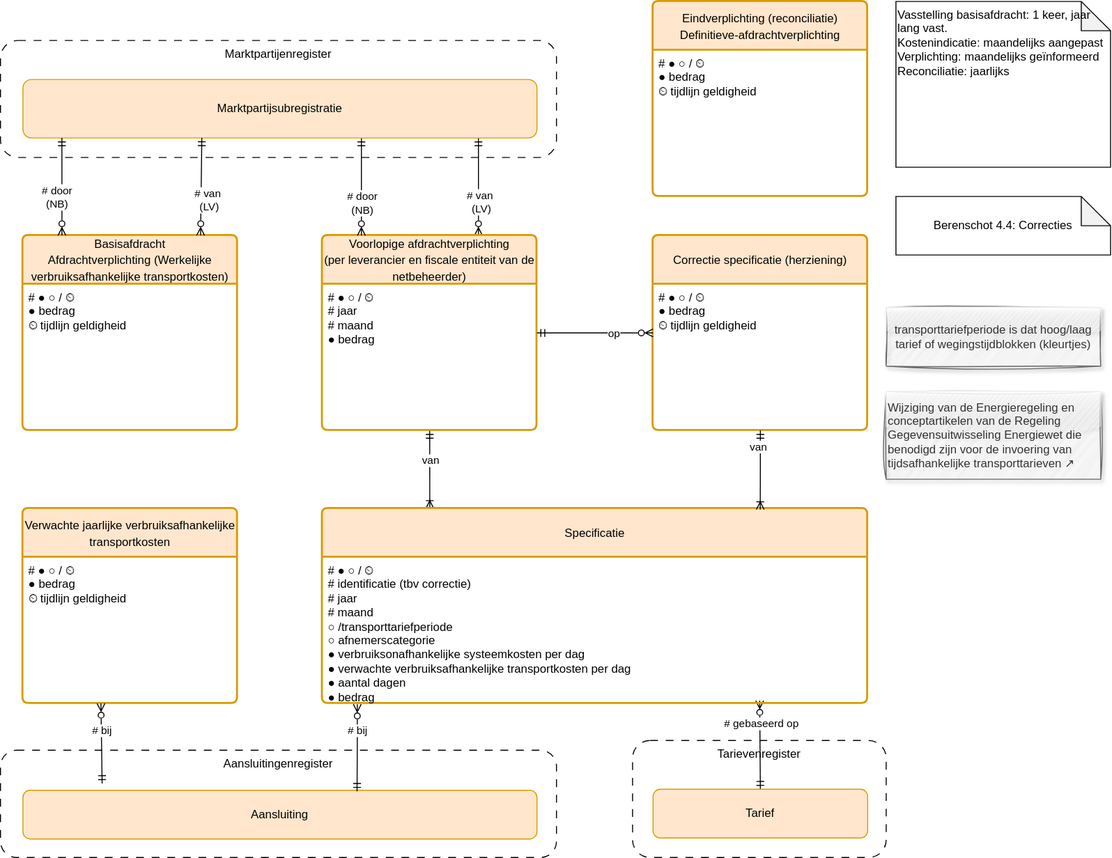
Before: registers/afdrachtverplichtingenregister/1.0/afdrachtverplichtingenregister.drawio.svg, a diagram exported from draw.io (Netbeheer-Nederland/stelsel). Source tidied: cells renumbered, new cells last; positions are measured from the earlier drawing's top-left corner, leaving out a move shared by most shapes.
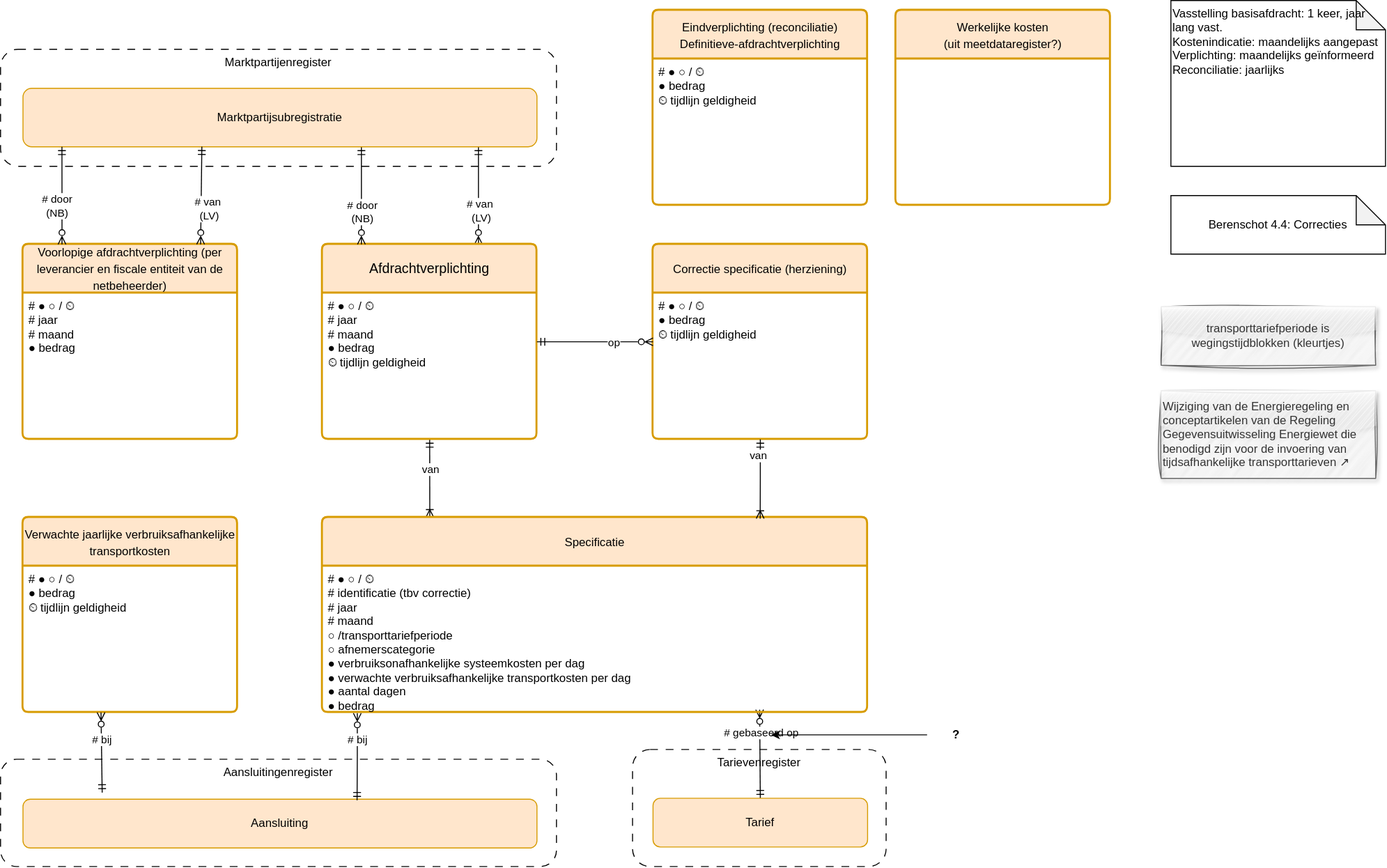
Later version of the same file.

Diff of the diagram source:
```diff
@@ -33,10 +33,10 @@
     <mxCell id="10" value="&lt;div&gt;&lt;span style=&quot;background-color: transparent; color: light-dark(rgb(0, 0, 0), rgb(255, 255, 255));&quot;&gt;#&amp;nbsp;&lt;/span&gt;&lt;span style=&quot;background-color: transparent; color: light-dark(rgb(0, 0, 0), rgb(255, 255, 255));&quot;&gt;●&amp;nbsp;&lt;/span&gt;&lt;span style=&quot;background-color: transparent; color: light-dark(rgb(0, 0, 0), rgb(255, 255, 255));&quot;&gt;○&lt;/span&gt;&lt;span style=&quot;background-color: transparent; color: light-dark(rgb(0, 0, 0), rgb(255, 255, 255));&quot;&gt;&amp;nbsp;&lt;/span&gt;&lt;span style=&quot;background-color: transparent; color: light-dark(rgb(0, 0, 0), rgb(255, 255, 255));&quot;&gt;/&amp;nbsp;&lt;/span&gt;&lt;span style=&quot;background-color: transparent; color: light-dark(rgb(0, 0, 0), rgb(255, 255, 255));&quot;&gt;⏲&amp;nbsp;&lt;/span&gt;&lt;/div&gt;&lt;div&gt;&lt;span style=&quot;background-color: transparent; color: light-dark(rgb(0, 0, 0), rgb(255, 255, 255));&quot;&gt;# identificatie (tbv correctie)&lt;/span&gt;&lt;/div&gt;&lt;div&gt;&lt;span style=&quot;background-color: transparent; color: light-dark(rgb(0, 0, 0), rgb(255, 255, 255));&quot;&gt;# jaar&lt;/span&gt;&lt;/div&gt;&lt;div&gt;# maand&lt;/div&gt;&lt;div&gt;&lt;span style=&quot;color: light-dark(rgb(0, 0, 0), rgb(255, 255, 255)); background-color: transparent;&quot;&gt;○&lt;/span&gt;&lt;span style=&quot;color: light-dark(rgb(0, 0, 0), rgb(255, 255, 255)); background-color: transparent;&quot;&gt; /transporttariefperiode&lt;/span&gt;&lt;/div&gt;&lt;div&gt;○ afnemerscategorie&lt;/div&gt;&lt;div&gt;&lt;span style=&quot;background-color: transparent; color: light-dark(rgb(0, 0, 0), rgb(255, 255, 255));&quot;&gt;●&lt;/span&gt;&lt;span style=&quot;background-color: transparent; color: light-dark(rgb(0, 0, 0), rgb(255, 255, 255));&quot;&gt; &lt;/span&gt;verbruiksonafhankelijke systeemkosten per dag&lt;/div&gt;&lt;div&gt;&lt;span style=&quot;background-color: transparent; color: light-dark(rgb(0, 0, 0), rgb(255, 255, 255));&quot;&gt;●&amp;nbsp;&lt;/span&gt;&lt;span style=&quot;background-color: transparent;&quot;&gt;verwachte verbruiksafhankelijke transportkosten per dag&lt;/span&gt;&lt;/div&gt;&lt;div&gt;● aantal dagen&lt;span style=&quot;background-color: transparent;&quot;&gt;&lt;/span&gt;&lt;/div&gt;&lt;div&gt;● bedrag&lt;/div&gt;" style="align=left;strokeColor=none;fillColor=none;spacingLeft=4;fontSize=12;verticalAlign=top;html=1;" parent="9" vertex="1">
       <mxGeometry y="50" width="559" height="150" as="geometry" />
     </mxCell>
-    <mxCell id="11" value="&lt;span style=&quot;font-size: 12px;&quot;&gt;Basisafdracht&lt;/span&gt;&lt;div&gt;&lt;span style=&quot;font-size: 12px;&quot;&gt;Afdrachtverplichting (Werkelijke verbruiksafhankelijke transportkosten)&lt;/span&gt;&lt;/div&gt;" style="swimlane;horizontal=1;startSize=50;rounded=1;fontSize=14;fontStyle=0;strokeWidth=2;shadow=0;dashed=0;align=center;arcSize=4;whiteSpace=wrap;html=1;fillColor=#ffe6cc;strokeColor=#d79b00;" parent="1" vertex="1">
+    <mxCell id="11" value="&lt;span style=&quot;font-size: 12px;&quot;&gt;Voorlopige afdrachtverplichting (per &lt;/span&gt;&lt;span style=&quot;font-size: 12px;&quot;&gt;leverancier en &lt;/span&gt;&lt;span style=&quot;font-size: 12px;&quot;&gt;fiscale entiteit van de netbeheerder)&lt;/span&gt;" style="swimlane;horizontal=1;startSize=50;rounded=1;fontSize=14;fontStyle=0;strokeWidth=2;shadow=0;dashed=0;align=center;arcSize=4;whiteSpace=wrap;html=1;fillColor=#ffe6cc;strokeColor=#d79b00;" parent="1" vertex="1">
       <mxGeometry x="23" y="240" width="220" height="200" as="geometry" />
     </mxCell>
-    <mxCell id="12" value="&lt;div&gt;&lt;span style=&quot;background-color: transparent; color: light-dark(rgb(0, 0, 0), rgb(255, 255, 255));&quot;&gt;#&amp;nbsp;&lt;/span&gt;&lt;span style=&quot;background-color: transparent; color: light-dark(rgb(0, 0, 0), rgb(255, 255, 255));&quot;&gt;●&amp;nbsp;&lt;/span&gt;&lt;span style=&quot;background-color: transparent; color: light-dark(rgb(0, 0, 0), rgb(255, 255, 255));&quot;&gt;○&lt;/span&gt;&lt;span style=&quot;background-color: transparent; color: light-dark(rgb(0, 0, 0), rgb(255, 255, 255));&quot;&gt;&amp;nbsp;&lt;/span&gt;&lt;span style=&quot;background-color: transparent; color: light-dark(rgb(0, 0, 0), rgb(255, 255, 255));&quot;&gt;/&amp;nbsp;&lt;/span&gt;&lt;span style=&quot;background-color: transparent; color: light-dark(rgb(0, 0, 0), rgb(255, 255, 255));&quot;&gt;⏲&amp;nbsp;&lt;/span&gt;&lt;/div&gt;&lt;div&gt;● bedrag&lt;span style=&quot;background-color: transparent; color: light-dark(rgb(0, 0, 0), rgb(255, 255, 255));&quot;&gt;&lt;/span&gt;&lt;/div&gt;&lt;div&gt;⏲ tijdlijn geldigheid&lt;/div&gt;&lt;div&gt;&lt;br&gt;&lt;/div&gt;" style="align=left;strokeColor=none;fillColor=none;spacingLeft=4;fontSize=12;verticalAlign=top;html=1;" parent="11" vertex="1">
+    <mxCell id="12" value="&lt;div&gt;&lt;span style=&quot;background-color: transparent; color: light-dark(rgb(0, 0, 0), rgb(255, 255, 255));&quot;&gt;#&amp;nbsp;&lt;/span&gt;&lt;span style=&quot;background-color: transparent; color: light-dark(rgb(0, 0, 0), rgb(255, 255, 255));&quot;&gt;●&amp;nbsp;&lt;/span&gt;&lt;span style=&quot;background-color: transparent; color: light-dark(rgb(0, 0, 0), rgb(255, 255, 255));&quot;&gt;○&lt;/span&gt;&lt;span style=&quot;background-color: transparent; color: light-dark(rgb(0, 0, 0), rgb(255, 255, 255));&quot;&gt;&amp;nbsp;&lt;/span&gt;&lt;span style=&quot;background-color: transparent; color: light-dark(rgb(0, 0, 0), rgb(255, 255, 255));&quot;&gt;/&amp;nbsp;&lt;/span&gt;&lt;span style=&quot;background-color: transparent; color: light-dark(rgb(0, 0, 0), rgb(255, 255, 255));&quot;&gt;⏲&amp;nbsp;&lt;/span&gt;&lt;/div&gt;&lt;div&gt;&lt;span style=&quot;background-color: transparent; color: light-dark(rgb(0, 0, 0), rgb(255, 255, 255));&quot;&gt;# jaar&lt;/span&gt;&lt;/div&gt;&lt;div&gt;&lt;span style=&quot;background-color: transparent; color: light-dark(rgb(0, 0, 0), rgb(255, 255, 255));&quot;&gt;# maand&lt;/span&gt;&lt;/div&gt;&lt;div&gt;● bedrag&lt;span style=&quot;background-color: transparent; color: light-dark(rgb(0, 0, 0), rgb(255, 255, 255));&quot;&gt;&lt;/span&gt;&lt;/div&gt;&lt;div&gt;&lt;br&gt;&lt;/div&gt;&lt;div&gt;&lt;br&gt;&lt;/div&gt;" style="align=left;strokeColor=none;fillColor=none;spacingLeft=4;fontSize=12;verticalAlign=top;html=1;" parent="11" vertex="1">
       <mxGeometry y="50" width="220" height="150" as="geometry" />
     </mxCell>
     <mxCell id="13" style="edgeStyle=elbowEdgeStyle;rounded=0;jettySize=auto;html=1;endArrow=ERmandOne;endFill=0;elbow=vertical;startArrow=ERzeroToMany;startFill=0;" parent="1" edge="1" source="15" target="19">
@@ -52,10 +52,10 @@
         <mxPoint x="4" y="9" as="offset" />
       </mxGeometry>
     </mxCell>
-    <mxCell id="15" value="&lt;span style=&quot;font-size: 12px;&quot;&gt;Voorlopige afdrachtverplichting (per&amp;nbsp;&lt;/span&gt;&lt;span style=&quot;font-size: 12px;&quot;&gt;leverancier&amp;nbsp;en&amp;nbsp;&lt;/span&gt;&lt;span style=&quot;font-size: 12px;&quot;&gt;fiscale entiteit van de netbeheerder)&lt;/span&gt;" style="swimlane;horizontal=1;startSize=50;rounded=1;fontSize=14;fontStyle=0;strokeWidth=2;shadow=0;dashed=0;align=center;arcSize=4;whiteSpace=wrap;html=1;fillColor=#ffe6cc;strokeColor=#d79b00;" parent="1" vertex="1">
+    <mxCell id="15" value="Afdrachtverplichting" style="swimlane;horizontal=1;startSize=50;rounded=1;fontSize=14;fontStyle=0;strokeWidth=2;shadow=0;dashed=0;align=center;arcSize=4;whiteSpace=wrap;html=1;fillColor=#ffe6cc;strokeColor=#d79b00;" parent="1" vertex="1">
       <mxGeometry x="330" y="240" width="220" height="200" as="geometry" />
     </mxCell>
-    <mxCell id="16" value="&lt;div&gt;&lt;span style=&quot;background-color: transparent; color: light-dark(rgb(0, 0, 0), rgb(255, 255, 255));&quot;&gt;#&amp;nbsp;&lt;/span&gt;&lt;span style=&quot;background-color: transparent; color: light-dark(rgb(0, 0, 0), rgb(255, 255, 255));&quot;&gt;●&amp;nbsp;&lt;/span&gt;&lt;span style=&quot;background-color: transparent; color: light-dark(rgb(0, 0, 0), rgb(255, 255, 255));&quot;&gt;○&lt;/span&gt;&lt;span style=&quot;background-color: transparent; color: light-dark(rgb(0, 0, 0), rgb(255, 255, 255));&quot;&gt;&amp;nbsp;&lt;/span&gt;&lt;span style=&quot;background-color: transparent; color: light-dark(rgb(0, 0, 0), rgb(255, 255, 255));&quot;&gt;/&amp;nbsp;&lt;/span&gt;&lt;span style=&quot;background-color: transparent; color: light-dark(rgb(0, 0, 0), rgb(255, 255, 255));&quot;&gt;⏲&amp;nbsp;&lt;/span&gt;&lt;/div&gt;&lt;div&gt;&lt;span style=&quot;background-color: transparent; color: light-dark(rgb(0, 0, 0), rgb(255, 255, 255));&quot;&gt;# jaar&lt;/span&gt;&lt;/div&gt;&lt;div&gt;# maand&lt;span style=&quot;background-color: transparent; color: light-dark(rgb(0, 0, 0), rgb(255, 255, 255));&quot;&gt;&lt;/span&gt;&lt;/div&gt;&lt;div&gt;&lt;span style=&quot;background-color: transparent; color: light-dark(rgb(0, 0, 0), rgb(255, 255, 255));&quot;&gt;● bedrag&lt;/span&gt;&lt;/div&gt;&lt;div&gt;&lt;br&gt;&lt;/div&gt;" style="align=left;strokeColor=none;fillColor=none;spacingLeft=4;fontSize=12;verticalAlign=top;html=1;" parent="15" vertex="1">
+    <mxCell id="16" value="&lt;div&gt;&lt;span style=&quot;background-color: transparent; color: light-dark(rgb(0, 0, 0), rgb(255, 255, 255));&quot;&gt;#&amp;nbsp;&lt;/span&gt;&lt;span style=&quot;background-color: transparent; color: light-dark(rgb(0, 0, 0), rgb(255, 255, 255));&quot;&gt;●&amp;nbsp;&lt;/span&gt;&lt;span style=&quot;background-color: transparent; color: light-dark(rgb(0, 0, 0), rgb(255, 255, 255));&quot;&gt;○&lt;/span&gt;&lt;span style=&quot;background-color: transparent; color: light-dark(rgb(0, 0, 0), rgb(255, 255, 255));&quot;&gt;&amp;nbsp;&lt;/span&gt;&lt;span style=&quot;background-color: transparent; color: light-dark(rgb(0, 0, 0), rgb(255, 255, 255));&quot;&gt;/&amp;nbsp;&lt;/span&gt;&lt;span style=&quot;background-color: transparent; color: light-dark(rgb(0, 0, 0), rgb(255, 255, 255));&quot;&gt;⏲&amp;nbsp;&lt;/span&gt;&lt;/div&gt;&lt;div&gt;&lt;span style=&quot;background-color: transparent; color: light-dark(rgb(0, 0, 0), rgb(255, 255, 255));&quot;&gt;# jaar&lt;/span&gt;&lt;/div&gt;&lt;div&gt;# maand&lt;span style=&quot;background-color: transparent; color: light-dark(rgb(0, 0, 0), rgb(255, 255, 255));&quot;&gt;&lt;/span&gt;&lt;/div&gt;&lt;div&gt;&lt;span style=&quot;background-color: transparent; color: light-dark(rgb(0, 0, 0), rgb(255, 255, 255));&quot;&gt;● bedrag&lt;/span&gt;&lt;/div&gt;&lt;div&gt;⏲ tijdlijn geldigheid&lt;/div&gt;" style="align=left;strokeColor=none;fillColor=none;spacingLeft=4;fontSize=12;verticalAlign=top;html=1;" parent="15" vertex="1">
       <mxGeometry y="50" width="220" height="150" as="geometry" />
     </mxCell>
     <mxCell id="17" style="rounded=0;orthogonalLoop=1;jettySize=auto;html=1;endArrow=ERzeroToMany;endFill=0;startArrow=ERmandOne;startFill=0;elbow=vertical;" parent="1" edge="1">
@@ -73,7 +73,7 @@
       <mxGeometry x="23" y="80" width="527" height="60" as="geometry" />
     </mxCell>
     <mxCell id="20" value="Vasstelling basisafdracht: 1 keer, jaar lang vast.&lt;div&gt;Kostenindicatie: maandelijks aangepast&lt;/div&gt;&lt;div&gt;Verplichting: maandelijks geïnformeerd&lt;/div&gt;&lt;div&gt;Reconciliatie: jaarlijks&lt;/div&gt;" style="shape=note;whiteSpace=wrap;html=1;backgroundOutline=1;darkOpacity=0.05;align=left;labelPosition=center;verticalLabelPosition=middle;verticalAlign=top;" parent="1" vertex="1">
-      <mxGeometry x="918" width="220" height="170" as="geometry" />
+      <mxGeometry x="1200" y="-10" width="220" height="170" as="geometry" />
     </mxCell>
     <mxCell id="21" value="&lt;span style=&quot;font-size: 12px;&quot;&gt;Verwachte jaarlijke verbruiksafhankelijke transportkosten&lt;/span&gt;" style="swimlane;horizontal=1;startSize=50;rounded=1;fontSize=14;fontStyle=0;strokeWidth=2;shadow=0;dashed=0;align=center;arcSize=4;whiteSpace=wrap;html=1;fillColor=#ffe6cc;strokeColor=#d79b00;" parent="1" vertex="1">
       <mxGeometry x="23" y="520" width="220" height="200" as="geometry" />
@@ -104,11 +104,11 @@
     <mxCell id="28" value="Tarief" style="rounded=1;whiteSpace=wrap;html=1;fillColor=#ffe6cc;strokeColor=#d79b00;" parent="1" vertex="1">
       <mxGeometry x="669" y="808" width="220" height="50" as="geometry" />
     </mxCell>
-    <mxCell id="29" value="transporttariefperiode is dat hoog/laag tarief of wegingstijdblokken (kleurtjes)" style="rounded=0;whiteSpace=wrap;html=1;comic=0;sketch=1;curveFitting=1;jiggle=2;glass=1;shadow=1;fillColor=#f5f5f5;fontColor=#333333;strokeColor=#666666;" parent="1" vertex="1">
-      <mxGeometry x="908" y="314" width="220" height="60" as="geometry" />
+    <mxCell id="29" value="transporttariefperiode is wegingstijdblokken (kleurtjes)" style="rounded=0;whiteSpace=wrap;html=1;comic=0;sketch=1;curveFitting=1;jiggle=2;glass=1;shadow=1;fillColor=#f5f5f5;fontColor=#333333;strokeColor=#666666;" parent="1" vertex="1">
+      <mxGeometry x="1190" y="304" width="220" height="60" as="geometry" />
     </mxCell>
     <mxCell id="30" value="Berenschot 4.4: Correcties" style="shape=note;whiteSpace=wrap;html=1;backgroundOutline=1;darkOpacity=0.05;" parent="1" vertex="1">
-      <mxGeometry x="918" y="200" width="220" height="60" as="geometry" />
+      <mxGeometry x="1200" y="190" width="220" height="60" as="geometry" />
     </mxCell>
     <mxCell id="31" value="&lt;span style=&quot;font-size: 12px;&quot;&gt;Correctie specificatie&amp;nbsp;&lt;/span&gt;&lt;span style=&quot;font-size: 12px;&quot;&gt;(herziening)&lt;/span&gt;" style="swimlane;horizontal=1;startSize=50;rounded=1;fontSize=14;fontStyle=0;strokeWidth=2;shadow=0;dashed=0;align=center;arcSize=4;whiteSpace=wrap;html=1;fillColor=#ffe6cc;strokeColor=#d79b00;" parent="1" vertex="1">
       <mxGeometry x="669" y="240" width="220" height="200" as="geometry" />
@@ -161,7 +161,21 @@
       </mxGeometry>
     </mxCell>
     <mxCell id="43" value="Wijziging van de Energieregeling en conceptartikelen van de Regeling Gegevensuitwisseling Energiewet die benodigd zijn voor de invoering van tijdsafhankelijke transporttarieven ↗️" style="rounded=0;whiteSpace=wrap;html=1;comic=0;sketch=1;curveFitting=1;jiggle=2;glass=1;shadow=1;fillColor=#f5f5f5;fontColor=#333333;strokeColor=#666666;align=left;" parent="1" vertex="1">
-      <mxGeometry x="908" y="400" width="220" height="90" as="geometry" />
+      <mxGeometry x="1190" y="390" width="220" height="90" as="geometry" />
     </mxCell>
+    <mxCell id="44" style="edgeStyle=orthogonalEdgeStyle;rounded=0;jettySize=auto;html=1;" parent="1" edge="1" source="45">
+      <mxGeometry relative="1" as="geometry">
+        <mxPoint x="790" y="743" as="targetPoint" />
+      </mxGeometry>
+    </mxCell>
+    <mxCell id="45" value="&lt;b&gt;?&lt;/b&gt;" style="text;html=1;whiteSpace=wrap;strokeColor=none;fillColor=none;align=center;verticalAlign=middle;rounded=0;" parent="1" vertex="1">
+      <mxGeometry x="950" y="728" width="60" height="30" as="geometry" />
+    </mxCell>
+    <mxCell id="46" value="&lt;span style=&quot;font-size: 12px;&quot;&gt;Werkelijke kosten&lt;br&gt;(uit meetdataregister?)&lt;/span&gt;" style="swimlane;horizontal=1;startSize=50;rounded=1;fontSize=14;fontStyle=0;strokeWidth=2;shadow=0;dashed=0;align=center;arcSize=4;whiteSpace=wrap;html=1;fillColor=#ffe6cc;strokeColor=#d79b00;" parent="1" vertex="1">
+      <mxGeometry x="918" width="220" height="200" as="geometry" />
+    </mxCell>
+    <mxCell id="47" value="&lt;div&gt;&lt;br&gt;&lt;/div&gt;" style="align=left;strokeColor=none;fillColor=none;spacingLeft=4;fontSize=12;verticalAlign=top;html=1;" parent="46" vertex="1">
+      <mxGeometry y="50" width="220" height="150" as="geometry" />
+    </mxCell>
   </root>
 </mxGraphModel>
```
